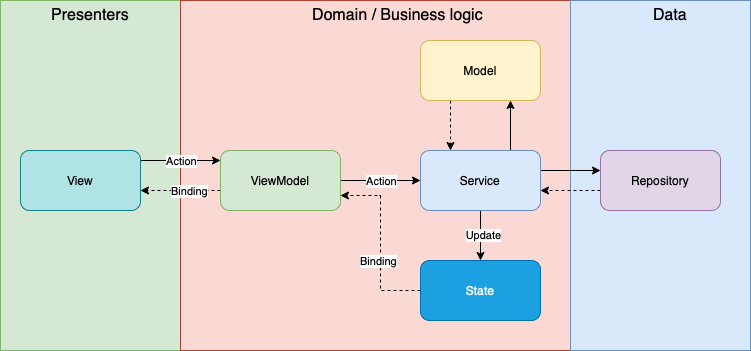
mrikirill/SimpleMovieFlutterDemoApp keeps this draw.io diagram as TheCleanArchitecture.png. Above is the earlier version. Source tidied: cells renumbered, new cells last; positions are measured from the earlier drawing's top-left corner, leaving out a move shared by most shapes. Its diagram source:
```xml
<mxGraphModel>
  <root>
    <mxCell id="0" />
    <mxCell id="1" parent="0" />
    <mxCell id="2" style="rounded=0;whiteSpace=wrap;html=1;fillColor=#d5e8d4;strokeColor=#82b366;" parent="1" vertex="1">
      <mxGeometry width="180" height="350" as="geometry" />
    </mxCell>
    <mxCell id="3" style="rounded=0;whiteSpace=wrap;html=1;fillColor=#fad9d5;strokeColor=#ae4132;" parent="1" vertex="1">
      <mxGeometry x="180" width="390" height="350" as="geometry" />
    </mxCell>
    <mxCell id="4" style="rounded=0;whiteSpace=wrap;html=1;fillColor=#dae8fc;strokeColor=#6c8ebf;" parent="1" vertex="1">
      <mxGeometry x="570" width="180" height="350" as="geometry" />
    </mxCell>
    <mxCell id="5" style="edgeStyle=orthogonalEdgeStyle;rounded=0;jettySize=auto;html=1;" parent="1" edge="1" source="7" target="12">
      <mxGeometry relative="1" as="geometry">
        <Array as="points">
          <mxPoint x="180" y="160" />
          <mxPoint x="180" y="160" />
        </Array>
      </mxGeometry>
    </mxCell>
    <mxCell id="6" value="Action" style="edgeLabel;html=1;align=center;verticalAlign=middle;" parent="5" vertex="1">
      <mxGeometry x="0.23" y="2" relative="1" as="geometry">
        <mxPoint x="-9" y="2" as="offset" />
      </mxGeometry>
    </mxCell>
    <mxCell id="7" value="View" style="rounded=1;whiteSpace=wrap;html=1;fillColor=#b0e3e6;strokeColor=#0e8088;" parent="1" vertex="1">
      <mxGeometry x="20" y="150" width="120" height="60" as="geometry" />
    </mxCell>
    <mxCell id="8" style="edgeStyle=orthogonalEdgeStyle;rounded=0;jettySize=auto;html=1;dashed=1;" parent="1" edge="1" source="12" target="7">
      <mxGeometry relative="1" as="geometry">
        <Array as="points">
          <mxPoint x="180" y="190" />
          <mxPoint x="180" y="190" />
        </Array>
      </mxGeometry>
    </mxCell>
    <mxCell id="9" value="Binding" style="edgeLabel;html=1;align=center;verticalAlign=middle;" parent="8" vertex="1">
      <mxGeometry x="-0.2" relative="1" as="geometry" />
    </mxCell>
    <mxCell id="10" style="edgeStyle=orthogonalEdgeStyle;rounded=0;jettySize=auto;html=1;" parent="1" edge="1" source="12" target="17">
      <mxGeometry relative="1" as="geometry" />
    </mxCell>
    <mxCell id="11" value="Action" style="edgeLabel;html=1;align=center;verticalAlign=middle;" parent="10" vertex="1">
      <mxGeometry x="-0.23" y="-4" relative="1" as="geometry">
        <mxPoint x="9" y="-4" as="offset" />
      </mxGeometry>
    </mxCell>
    <mxCell id="12" value="ViewModel" style="whiteSpace=wrap;html=1;rounded=1;fillColor=#d5e8d4;strokeColor=#82b366;" parent="1" vertex="1">
      <mxGeometry x="220" y="150" width="120" height="60" as="geometry" />
    </mxCell>
    <mxCell id="13" style="edgeStyle=orthogonalEdgeStyle;rounded=0;jettySize=auto;html=1;" parent="1" edge="1" source="17" target="22">
      <mxGeometry relative="1" as="geometry" />
    </mxCell>
    <mxCell id="14" value="Update" style="edgeLabel;html=1;align=center;verticalAlign=middle;" parent="13" vertex="1">
      <mxGeometry x="-0.05" y="2" relative="1" as="geometry" />
    </mxCell>
    <mxCell id="15" style="edgeStyle=orthogonalEdgeStyle;rounded=0;jettySize=auto;html=1;" parent="1" edge="1" source="17" target="19">
      <mxGeometry relative="1" as="geometry">
        <Array as="points">
          <mxPoint x="580" y="170" />
          <mxPoint x="580" y="170" />
        </Array>
      </mxGeometry>
    </mxCell>
    <mxCell id="16" style="edgeStyle=orthogonalEdgeStyle;rounded=0;jettySize=auto;html=1;" parent="1" edge="1" source="17" target="24">
      <mxGeometry relative="1" as="geometry">
        <Array as="points">
          <mxPoint x="510" y="130" />
          <mxPoint x="510" y="130" />
        </Array>
      </mxGeometry>
    </mxCell>
    <mxCell id="17" value="Service" style="whiteSpace=wrap;html=1;rounded=1;fillColor=#dae8fc;strokeColor=#6c8ebf;" parent="1" vertex="1">
      <mxGeometry x="420" y="150" width="120" height="60" as="geometry" />
    </mxCell>
    <mxCell id="18" style="edgeStyle=orthogonalEdgeStyle;rounded=0;jettySize=auto;html=1;dashed=1;" parent="1" edge="1" source="19" target="17">
      <mxGeometry relative="1" as="geometry">
        <Array as="points">
          <mxPoint x="570" y="190" />
          <mxPoint x="570" y="190" />
        </Array>
      </mxGeometry>
    </mxCell>
    <mxCell id="19" value="Repository" style="whiteSpace=wrap;html=1;rounded=1;fillColor=#e1d5e7;strokeColor=#9673a6;" parent="1" vertex="1">
      <mxGeometry x="600" y="150" width="120" height="60" as="geometry" />
    </mxCell>
    <mxCell id="20" style="edgeStyle=orthogonalEdgeStyle;rounded=0;jettySize=auto;html=1;entryX=1;entryY=0.75;entryDx=0;entryDy=0;dashed=1;" parent="1" edge="1" source="22" target="12">
      <mxGeometry relative="1" as="geometry" />
    </mxCell>
    <mxCell id="21" value="Binding" style="edgeLabel;html=1;align=center;verticalAlign=middle;" parent="20" vertex="1">
      <mxGeometry x="-0.2" y="3" relative="1" as="geometry" />
    </mxCell>
    <mxCell id="22" value="State" style="whiteSpace=wrap;html=1;rounded=1;fillColor=#1ba1e2;fontColor=#ffffff;strokeColor=#006EAF;" parent="1" vertex="1">
      <mxGeometry x="420" y="260" width="120" height="60" as="geometry" />
    </mxCell>
    <mxCell id="23" style="edgeStyle=orthogonalEdgeStyle;rounded=0;jettySize=auto;html=1;dashed=1;" parent="1" edge="1" source="24" target="17">
      <mxGeometry relative="1" as="geometry">
        <Array as="points">
          <mxPoint x="450" y="130" />
          <mxPoint x="450" y="130" />
        </Array>
      </mxGeometry>
    </mxCell>
    <mxCell id="24" value="Model" style="whiteSpace=wrap;html=1;rounded=1;fillColor=#fff2cc;strokeColor=#d6b656;" parent="1" vertex="1">
      <mxGeometry x="420" y="40" width="120" height="60" as="geometry" />
    </mxCell>
    <mxCell id="25" value="Domain / Business logic" style="text;html=1;strokeColor=none;fillColor=none;align=center;verticalAlign=middle;whiteSpace=wrap;rounded=0;fontSize=16;" parent="1" vertex="1">
      <mxGeometry x="300" width="195" height="30" as="geometry" />
    </mxCell>
    <mxCell id="26" value="Presenters" style="text;html=1;strokeColor=none;fillColor=none;align=center;verticalAlign=middle;whiteSpace=wrap;rounded=0;fontSize=16;" parent="1" vertex="1">
      <mxGeometry x="60" width="60" height="30" as="geometry" />
    </mxCell>
    <mxCell id="27" value="Data" style="text;html=1;strokeColor=none;fillColor=none;align=center;verticalAlign=middle;whiteSpace=wrap;rounded=0;strokeWidth=1;fontSize=16;" parent="1" vertex="1">
      <mxGeometry x="640" width="60" height="30" as="geometry" />
    </mxCell>
  </root>
</mxGraphModel>
```
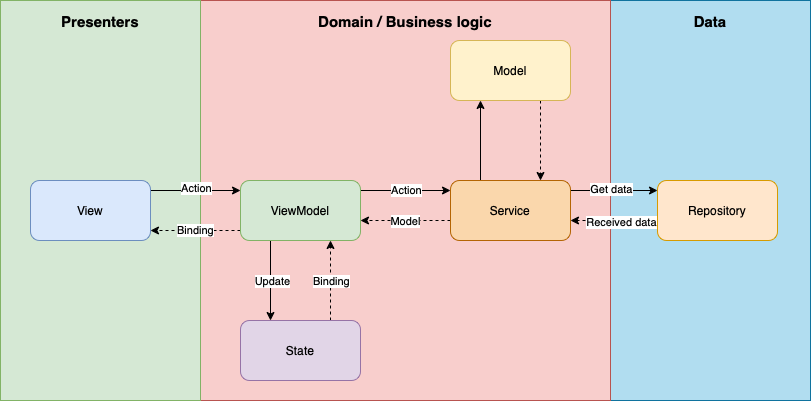
Later version of the same file.

Commit message:
The architecture scheme update

The edit, as a diff of the source:
```diff
@@ -2,117 +2,154 @@
   <root>
     <mxCell id="0" />
     <mxCell id="1" parent="0" />
-    <mxCell id="2" style="rounded=0;whiteSpace=wrap;html=1;fillColor=#d5e8d4;strokeColor=#82b366;" parent="1" vertex="1">
-      <mxGeometry width="180" height="350" as="geometry" />
+    <mxCell id="2" style="rounded=0;whiteSpace=wrap;html=1;fillColor=#b1ddf0;strokeColor=#10739e;" parent="1" vertex="1">
+      <mxGeometry x="610" y="20" width="200" height="400" as="geometry" />
     </mxCell>
-    <mxCell id="3" style="rounded=0;whiteSpace=wrap;html=1;fillColor=#fad9d5;strokeColor=#ae4132;" parent="1" vertex="1">
-      <mxGeometry x="180" width="390" height="350" as="geometry" />
+    <mxCell id="3" style="rounded=0;whiteSpace=wrap;html=1;fillColor=#f8cecc;strokeColor=#b85450;" parent="1" vertex="1">
+      <mxGeometry x="200" y="20" width="410" height="400" as="geometry" />
     </mxCell>
-    <mxCell id="4" style="rounded=0;whiteSpace=wrap;html=1;fillColor=#dae8fc;strokeColor=#6c8ebf;" parent="1" vertex="1">
-      <mxGeometry x="570" width="180" height="350" as="geometry" />
+    <mxCell id="4" style="rounded=0;whiteSpace=wrap;html=1;fillColor=#d5e8d4;strokeColor=#82b366;" parent="1" vertex="1">
+      <mxGeometry y="20" width="200" height="400" as="geometry" />
     </mxCell>
-    <mxCell id="5" style="edgeStyle=orthogonalEdgeStyle;rounded=0;jettySize=auto;html=1;" parent="1" edge="1" source="7" target="12">
+    <mxCell id="5" style="edgeStyle=orthogonalEdgeStyle;rounded=0;jettySize=auto;html=1;" parent="1" edge="1" source="7" target="13">
       <mxGeometry relative="1" as="geometry">
         <Array as="points">
-          <mxPoint x="180" y="160" />
-          <mxPoint x="180" y="160" />
+          <mxPoint x="200" y="210" />
+          <mxPoint x="200" y="210" />
         </Array>
       </mxGeometry>
     </mxCell>
     <mxCell id="6" value="Action" style="edgeLabel;html=1;align=center;verticalAlign=middle;" parent="5" vertex="1">
-      <mxGeometry x="0.23" y="2" relative="1" as="geometry">
-        <mxPoint x="-9" y="2" as="offset" />
-      </mxGeometry>
+      <mxGeometry y="3" relative="1" as="geometry" />
     </mxCell>
-    <mxCell id="7" value="View" style="rounded=1;whiteSpace=wrap;html=1;fillColor=#b0e3e6;strokeColor=#0e8088;" parent="1" vertex="1">
-      <mxGeometry x="20" y="150" width="120" height="60" as="geometry" />
+    <mxCell id="7" value="View" style="rounded=1;whiteSpace=wrap;html=1;fillColor=#dae8fc;strokeColor=#6c8ebf;" parent="1" vertex="1">
+      <mxGeometry x="30" y="200" width="120" height="60" as="geometry" />
     </mxCell>
-    <mxCell id="8" style="edgeStyle=orthogonalEdgeStyle;rounded=0;jettySize=auto;html=1;dashed=1;" parent="1" edge="1" source="12" target="7">
+    <mxCell id="8" style="edgeStyle=orthogonalEdgeStyle;rounded=0;jettySize=auto;html=1;" parent="1" edge="1" source="13" target="25">
       <mxGeometry relative="1" as="geometry">
         <Array as="points">
-          <mxPoint x="180" y="190" />
-          <mxPoint x="180" y="190" />
+          <mxPoint x="270" y="300" />
+          <mxPoint x="270" y="300" />
         </Array>
       </mxGeometry>
     </mxCell>
-    <mxCell id="9" value="Binding" style="edgeLabel;html=1;align=center;verticalAlign=middle;" parent="8" vertex="1">
-      <mxGeometry x="-0.2" relative="1" as="geometry" />
+    <mxCell id="9" value="Update" style="edgeLabel;html=1;align=center;verticalAlign=middle;" parent="8" vertex="1">
+      <mxGeometry x="0.12" y="1" relative="1" as="geometry">
+        <mxPoint y="-5" as="offset" />
+      </mxGeometry>
     </mxCell>
-    <mxCell id="10" style="edgeStyle=orthogonalEdgeStyle;rounded=0;jettySize=auto;html=1;" parent="1" edge="1" source="12" target="17">
-      <mxGeometry relative="1" as="geometry" />
+    <mxCell id="10" style="edgeStyle=orthogonalEdgeStyle;rounded=0;jettySize=auto;html=1;" parent="1" edge="1" source="13" target="19">
+      <mxGeometry relative="1" as="geometry">
+        <Array as="points">
+          <mxPoint x="390" y="210" />
+          <mxPoint x="390" y="210" />
+        </Array>
+      </mxGeometry>
     </mxCell>
     <mxCell id="11" value="Action" style="edgeLabel;html=1;align=center;verticalAlign=middle;" parent="10" vertex="1">
-      <mxGeometry x="-0.23" y="-4" relative="1" as="geometry">
-        <mxPoint x="9" y="-4" as="offset" />
+      <mxGeometry x="-0.56" y="1" relative="1" as="geometry">
+        <mxPoint x="25" as="offset" />
       </mxGeometry>
     </mxCell>
-    <mxCell id="12" value="ViewModel" style="whiteSpace=wrap;html=1;rounded=1;fillColor=#d5e8d4;strokeColor=#82b366;" parent="1" vertex="1">
-      <mxGeometry x="220" y="150" width="120" height="60" as="geometry" />
+    <mxCell id="12" value="Binding" style="edgeStyle=orthogonalEdgeStyle;rounded=0;jettySize=auto;html=1;dashed=1;" parent="1" edge="1" source="13" target="7">
+      <mxGeometry relative="1" as="geometry">
+        <Array as="points">
+          <mxPoint x="200" y="250" />
+          <mxPoint x="200" y="250" />
+        </Array>
+      </mxGeometry>
     </mxCell>
-    <mxCell id="13" style="edgeStyle=orthogonalEdgeStyle;rounded=0;jettySize=auto;html=1;" parent="1" edge="1" source="17" target="22">
-      <mxGeometry relative="1" as="geometry" />
+    <mxCell id="13" value="ViewModel" style="rounded=1;whiteSpace=wrap;html=1;fillColor=#d5e8d4;strokeColor=#82b366;" parent="1" vertex="1">
+      <mxGeometry x="240" y="200" width="120" height="60" as="geometry" />
     </mxCell>
-    <mxCell id="14" value="Update" style="edgeLabel;html=1;align=center;verticalAlign=middle;" parent="13" vertex="1">
-      <mxGeometry x="-0.05" y="2" relative="1" as="geometry" />
+    <mxCell id="14" style="edgeStyle=orthogonalEdgeStyle;rounded=0;jettySize=auto;html=1;" parent="1" edge="1" source="19" target="22">
+      <mxGeometry relative="1" as="geometry">
+        <Array as="points">
+          <mxPoint x="600" y="210" />
+          <mxPoint x="600" y="210" />
+        </Array>
+      </mxGeometry>
     </mxCell>
-    <mxCell id="15" style="edgeStyle=orthogonalEdgeStyle;rounded=0;jettySize=auto;html=1;" parent="1" edge="1" source="17" target="19">
-      <mxGeometry relative="1" as="geometry">
-        <Array as="points">
-          <mxPoint x="580" y="170" />
-          <mxPoint x="580" y="170" />
-        </Array>
+    <mxCell id="15" value="Get data" style="edgeLabel;html=1;align=center;verticalAlign=middle;" parent="14" vertex="1">
+      <mxGeometry x="-0.4" y="2" relative="1" as="geometry">
+        <mxPoint x="14" as="offset" />
       </mxGeometry>
     </mxCell>
-    <mxCell id="16" style="edgeStyle=orthogonalEdgeStyle;rounded=0;jettySize=auto;html=1;" parent="1" edge="1" source="17" target="24">
+    <mxCell id="16" style="edgeStyle=orthogonalEdgeStyle;rounded=0;jettySize=auto;html=1;" parent="1" edge="1" source="19" target="27">
       <mxGeometry relative="1" as="geometry">
         <Array as="points">
-          <mxPoint x="510" y="130" />
-          <mxPoint x="510" y="130" />
+          <mxPoint x="480" y="170" />
+          <mxPoint x="480" y="170" />
         </Array>
       </mxGeometry>
     </mxCell>
-    <mxCell id="17" value="Service" style="whiteSpace=wrap;html=1;rounded=1;fillColor=#dae8fc;strokeColor=#6c8ebf;" parent="1" vertex="1">
-      <mxGeometry x="420" y="150" width="120" height="60" as="geometry" />
+    <mxCell id="17" style="edgeStyle=orthogonalEdgeStyle;rounded=0;jettySize=auto;html=1;dashed=1;" parent="1" edge="1" source="19" target="13">
+      <mxGeometry relative="1" as="geometry">
+        <Array as="points">
+          <mxPoint x="420" y="240" />
+          <mxPoint x="420" y="240" />
+        </Array>
+      </mxGeometry>
     </mxCell>
-    <mxCell id="18" style="edgeStyle=orthogonalEdgeStyle;rounded=0;jettySize=auto;html=1;dashed=1;" parent="1" edge="1" source="19" target="17">
-      <mxGeometry relative="1" as="geometry">
-        <Array as="points">
-          <mxPoint x="570" y="190" />
-          <mxPoint x="570" y="190" />
-        </Array>
+    <mxCell id="18" value="Model" style="edgeLabel;html=1;align=center;verticalAlign=middle;" parent="17" vertex="1">
+      <mxGeometry x="0.24" relative="1" as="geometry">
+        <mxPoint x="10" as="offset" />
       </mxGeometry>
     </mxCell>
-    <mxCell id="19" value="Repository" style="whiteSpace=wrap;html=1;rounded=1;fillColor=#e1d5e7;strokeColor=#9673a6;" parent="1" vertex="1">
-      <mxGeometry x="600" y="150" width="120" height="60" as="geometry" />
+    <mxCell id="19" value="Service" style="rounded=1;whiteSpace=wrap;html=1;fillColor=#fad7ac;strokeColor=#b46504;" parent="1" vertex="1">
+      <mxGeometry x="450" y="200" width="120" height="60" as="geometry" />
     </mxCell>
-    <mxCell id="20" style="edgeStyle=orthogonalEdgeStyle;rounded=0;jettySize=auto;html=1;entryX=1;entryY=0.75;entryDx=0;entryDy=0;dashed=1;" parent="1" edge="1" source="22" target="12">
-      <mxGeometry relative="1" as="geometry" />
+    <mxCell id="20" style="edgeStyle=orthogonalEdgeStyle;rounded=0;jettySize=auto;html=1;dashed=1;" parent="1" edge="1" source="22" target="19">
+      <mxGeometry relative="1" as="geometry">
+        <Array as="points">
+          <mxPoint x="610" y="240" />
+          <mxPoint x="610" y="240" />
+        </Array>
+      </mxGeometry>
     </mxCell>
-    <mxCell id="21" value="Binding" style="edgeLabel;html=1;align=center;verticalAlign=middle;" parent="20" vertex="1">
-      <mxGeometry x="-0.2" y="3" relative="1" as="geometry" />
+    <mxCell id="21" value="Received data" style="edgeLabel;html=1;align=center;verticalAlign=middle;" parent="20" vertex="1">
+      <mxGeometry x="0.26" y="1" relative="1" as="geometry">
+        <mxPoint x="18" as="offset" />
+      </mxGeometry>
     </mxCell>
-    <mxCell id="22" value="State" style="whiteSpace=wrap;html=1;rounded=1;fillColor=#1ba1e2;fontColor=#ffffff;strokeColor=#006EAF;" parent="1" vertex="1">
-      <mxGeometry x="420" y="260" width="120" height="60" as="geometry" />
+    <mxCell id="22" value="Repository" style="rounded=1;whiteSpace=wrap;html=1;fillColor=#ffe6cc;strokeColor=#d79b00;" parent="1" vertex="1">
+      <mxGeometry x="657" y="200" width="120" height="60" as="geometry" />
     </mxCell>
-    <mxCell id="23" style="edgeStyle=orthogonalEdgeStyle;rounded=0;jettySize=auto;html=1;dashed=1;" parent="1" edge="1" source="24" target="17">
+    <mxCell id="23" style="edgeStyle=orthogonalEdgeStyle;rounded=0;jettySize=auto;html=1;dashed=1;" parent="1" edge="1" source="25" target="13">
       <mxGeometry relative="1" as="geometry">
         <Array as="points">
-          <mxPoint x="450" y="130" />
-          <mxPoint x="450" y="130" />
+          <mxPoint x="330" y="290" />
+          <mxPoint x="330" y="290" />
         </Array>
       </mxGeometry>
     </mxCell>
-    <mxCell id="24" value="Model" style="whiteSpace=wrap;html=1;rounded=1;fillColor=#fff2cc;strokeColor=#d6b656;" parent="1" vertex="1">
-      <mxGeometry x="420" y="40" width="120" height="60" as="geometry" />
+    <mxCell id="24" value="Binding" style="edgeLabel;html=1;align=center;verticalAlign=middle;points=[];" parent="23" vertex="1">
+      <mxGeometry x="0.1" relative="1" as="geometry">
+        <mxPoint y="4" as="offset" />
+      </mxGeometry>
     </mxCell>
-    <mxCell id="25" value="Domain / Business logic" style="text;html=1;strokeColor=none;fillColor=none;align=center;verticalAlign=middle;whiteSpace=wrap;rounded=0;fontSize=16;" parent="1" vertex="1">
-      <mxGeometry x="300" width="195" height="30" as="geometry" />
+    <mxCell id="25" value="State" style="whiteSpace=wrap;html=1;rounded=1;fillColor=#e1d5e7;strokeColor=#9673a6;" parent="1" vertex="1">
+      <mxGeometry x="240" y="340" width="120" height="60" as="geometry" />
     </mxCell>
-    <mxCell id="26" value="Presenters" style="text;html=1;strokeColor=none;fillColor=none;align=center;verticalAlign=middle;whiteSpace=wrap;rounded=0;fontSize=16;" parent="1" vertex="1">
-      <mxGeometry x="60" width="60" height="30" as="geometry" />
+    <mxCell id="26" style="edgeStyle=orthogonalEdgeStyle;rounded=0;jettySize=auto;html=1;dashed=1;" parent="1" edge="1" source="27" target="19">
+      <mxGeometry relative="1" as="geometry">
+        <Array as="points">
+          <mxPoint x="540" y="160" />
+          <mxPoint x="540" y="160" />
+        </Array>
+      </mxGeometry>
     </mxCell>
-    <mxCell id="27" value="Data" style="text;html=1;strokeColor=none;fillColor=none;align=center;verticalAlign=middle;whiteSpace=wrap;rounded=0;strokeWidth=1;fontSize=16;" parent="1" vertex="1">
-      <mxGeometry x="640" width="60" height="30" as="geometry" />
+    <mxCell id="27" value="Model" style="rounded=1;whiteSpace=wrap;html=1;fillColor=#fff2cc;strokeColor=#d6b656;" parent="1" vertex="1">
+      <mxGeometry x="450" y="60" width="120" height="60" as="geometry" />
     </mxCell>
+    <mxCell id="28" value="&lt;b style=&quot;font-size: 15px;&quot;&gt;Presenters&lt;/b&gt;" style="text;html=1;strokeColor=none;fillColor=none;align=center;verticalAlign=middle;whiteSpace=wrap;rounded=0;fontSize=15;" parent="1" vertex="1">
+      <mxGeometry x="70" y="26" width="60" height="30" as="geometry" />
+    </mxCell>
+    <mxCell id="29" value="Domain / Business logic" style="text;html=1;strokeColor=none;fillColor=none;align=center;verticalAlign=middle;whiteSpace=wrap;rounded=0;fontStyle=1;fontSize=15;" parent="1" vertex="1">
+      <mxGeometry x="305" y="26" width="200" height="30" as="geometry" />
+    </mxCell>
+    <mxCell id="30" value="Data" style="text;html=1;strokeColor=none;fillColor=none;align=center;verticalAlign=middle;whiteSpace=wrap;rounded=0;fontStyle=1;fontSize=15;" parent="1" vertex="1">
+      <mxGeometry x="610" y="26" width="200" height="30" as="geometry" />
+    </mxCell>
   </root>
 </mxGraphModel>
```
